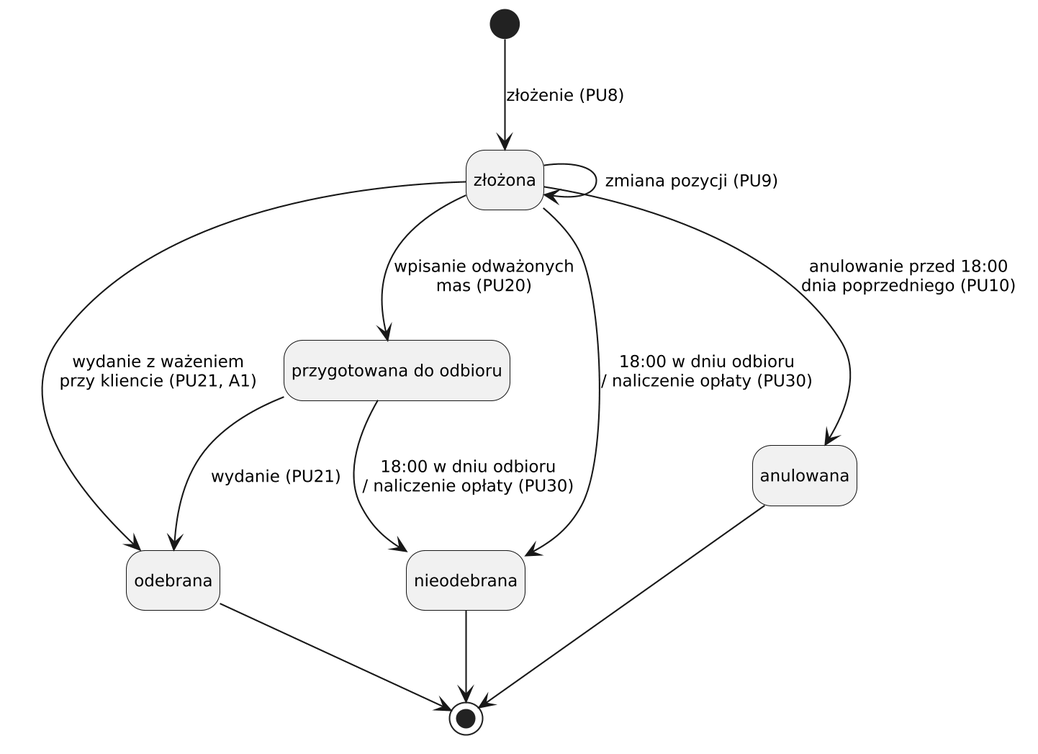
The PlantUML diagram dokumentacja/rysunki/diagramy/stany-rezerwacja.png in Kariseks/internetowe_bazy_danych, before a commit. Its source is kept beside it as dokumentacja/rysunki/diagramy/src/stany-rezerwacja.puml. Its diagram source:
```plantuml
@startuml stany-rezerwacja
skinparam monochrome true
skinparam shadowing false
skinparam dpi 200
skinparam defaultFontName DejaVu Sans
skinparam defaultFontSize 11
hide empty description

state "złożona" as Zlozona
state "przygotowana do odbioru" as Przygotowana
state "odebrana" as Odebrana
state "anulowana" as Anulowana
state "nieodebrana" as Nieodebrana

[*] --> Zlozona : złożenie (PU8)
Zlozona --> Zlozona : zmiana pozycji (PU9)
Zlozona --> Anulowana : anulowanie przed 18:00\ndnia poprzedniego (PU10)
Zlozona --> Przygotowana : wpisanie odważonych\nmas (PU20)
Zlozona --> Odebrana : wydanie z ważeniem\nprzy kliencie (PU21, A1)
Zlozona --> Nieodebrana : 18:00 w dniu odbioru\n/ naliczenie opłaty (PU30)
Przygotowana --> Odebrana : wydanie (PU21)
Przygotowana --> Nieodebrana : 18:00 w dniu odbioru\n/ naliczenie opłaty (PU30)

Anulowana --> [*]
Odebrana --> [*]
Nieodebrana --> [*]
@enduml
```
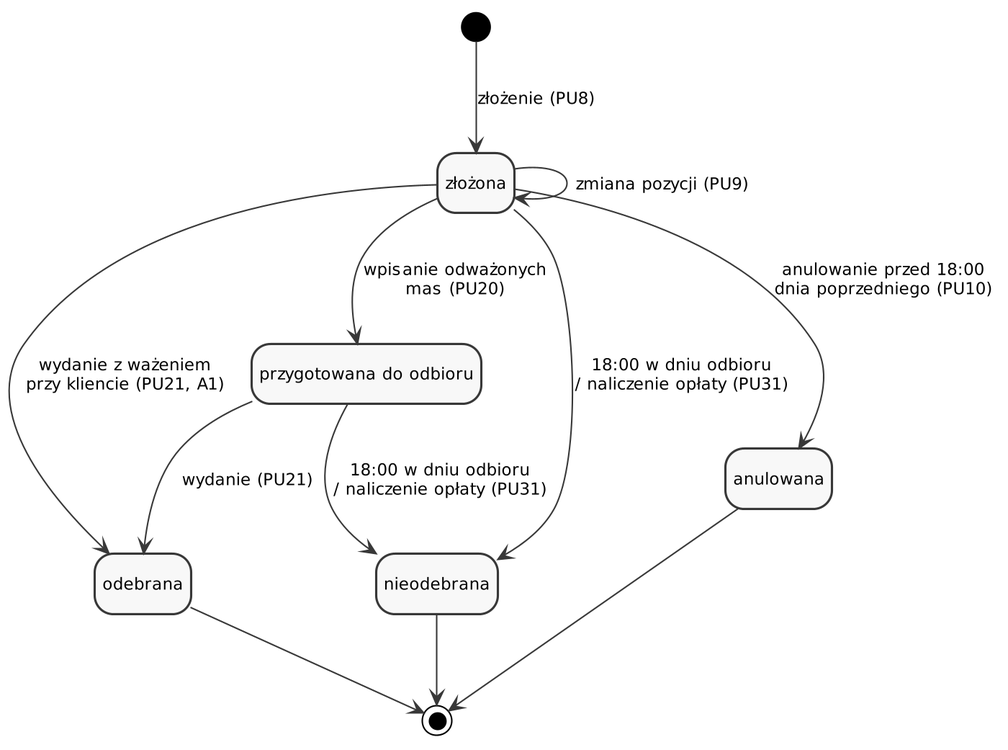
The same file after the commit.

Change to the diagram source:
```diff
@@ -17,9 +17,9 @@
 Zlozona --> Anulowana : anulowanie przed 18:00\ndnia poprzedniego (PU10)
 Zlozona --> Przygotowana : wpisanie odważonych\nmas (PU20)
 Zlozona --> Odebrana : wydanie z ważeniem\nprzy kliencie (PU21, A1)
-Zlozona --> Nieodebrana : 18:00 w dniu odbioru\n/ naliczenie opłaty (PU30)
+Zlozona --> Nieodebrana : 18:00 w dniu odbioru\n/ naliczenie opłaty (PU31)
 Przygotowana --> Odebrana : wydanie (PU21)
-Przygotowana --> Nieodebrana : 18:00 w dniu odbioru\n/ naliczenie opłaty (PU30)
+Przygotowana --> Nieodebrana : 18:00 w dniu odbioru\n/ naliczenie opłaty (PU31)
 
 Anulowana --> [*]
 Odebrana --> [*]
```
